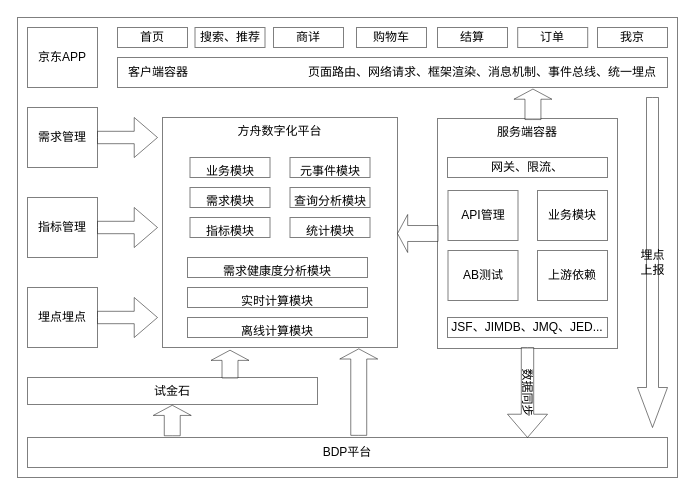
Before: page "整体架构" (6 of 7) of 需求ROI评估.drawio in lihongliang1989/diagram, a draw.io diagram. Source tidied: cells renumbered, new cells numbered last; positions are measured from the earlier drawing's top-left corner, leaving out a move shared by most shapes. Both pictures are drawn from the tidied source at 100%, with x=0, y=0 at pixel (17, 17).
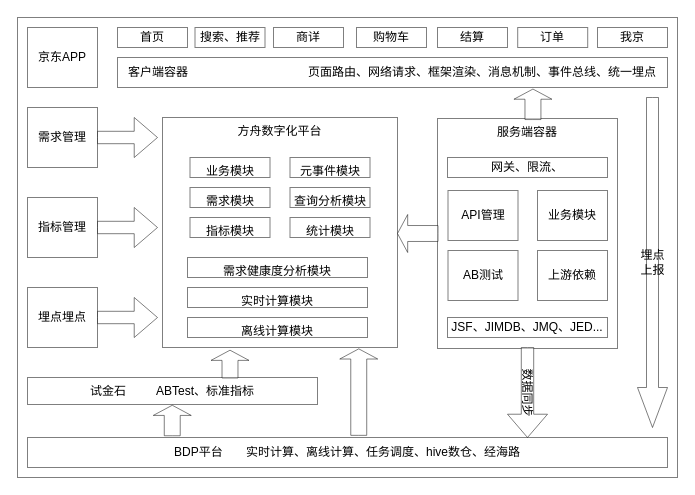
The same diagram, later.

Diff of the diagram source:
```diff
@@
-    <mxCell id="31" value="试金石" style="rounded=0;whiteSpace=wrap;html=1;shadow=0;glass=0;sketch=0;fontColor=#000000;strokeColor=#000000;strokeWidth=1;fillColor=#FFFFFF;align=center;verticalAlign=middle;opacity=50;" parent="1" vertex="1">
+    <mxCell id="31" value="试金石&amp;nbsp; &amp;nbsp; &amp;nbsp; &amp;nbsp; &amp;nbsp;ABTest、标准指标" style="rounded=0;whiteSpace=wrap;html=1;shadow=0;glass=0;sketch=0;fontColor=#000000;strokeColor=#000000;strokeWidth=1;fillColor=#FFFFFF;align=center;verticalAlign=middle;opacity=50;" parent="1" vertex="1">
       <mxGeometry x="10" y="360" width="290" height="27" as="geometry" />
     </mxCell>
-    <mxCell id="32" value="BDP平台" style="rounded=0;whiteSpace=wrap;html=1;shadow=0;glass=0;sketch=0;fontColor=#000000;strokeColor=#000000;strokeWidth=1;fillColor=#FFFFFF;align=center;verticalAlign=middle;opacity=50;" parent="1" vertex="1">
+    <mxCell id="32" value="BDP平台&amp;nbsp; &amp;nbsp; &amp;nbsp; &amp;nbsp;实时计算、离线计算、任务调度、hive数仓、经海路" style="rounded=0;whiteSpace=wrap;html=1;shadow=0;glass=0;sketch=0;fontColor=#000000;strokeColor=#000000;strokeWidth=1;fillColor=#FFFFFF;align=center;verticalAlign=middle;opacity=50;" parent="1" vertex="1">
       <mxGeometry x="10" y="420" width="640" height="30" as="geometry" />
     </mxCell>
```
